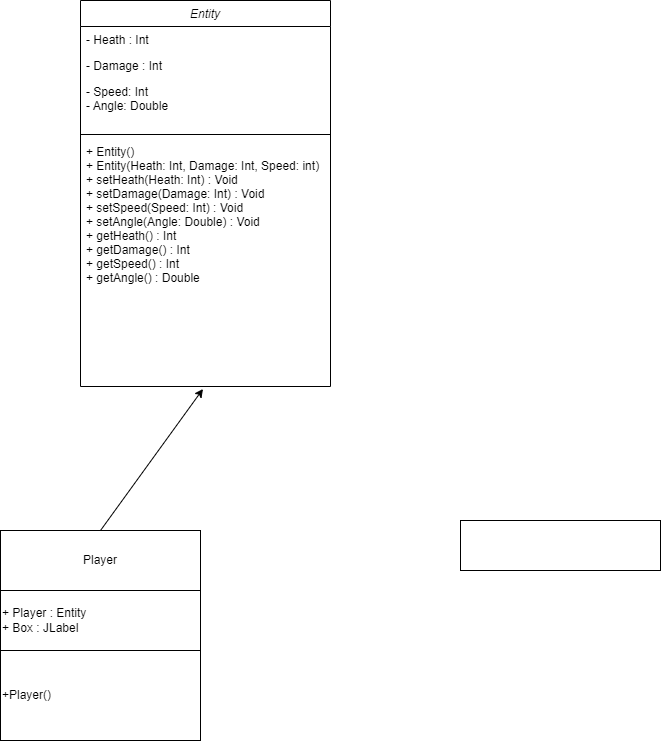
Earlier version of the draw.io export Guides/Class Diagram.drawio.png (Anh39/Bomberman). Source tidied: cells renumbered, new cells last; positions are measured from the earlier drawing's top-left corner, leaving out a move shared by most shapes.
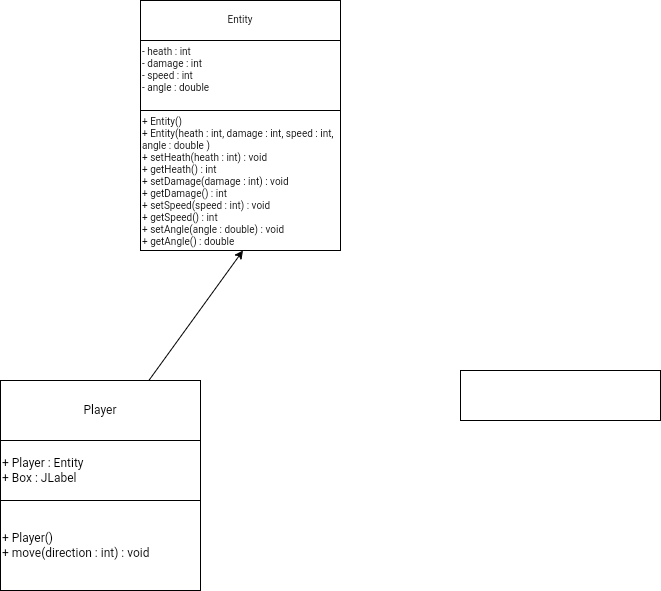
Later version of the same file.

Change to the diagram source:
```diff
@@ -2,27 +2,10 @@
   <root>
     <mxCell id="0" />
     <mxCell id="1" parent="0" />
-    <mxCell id="2" value="Entity" style="swimlane;fontStyle=2;align=center;verticalAlign=top;horizontal=1;startSize=26;rounded=0;shadow=0;strokeWidth=1;" parent="1" vertex="1">
-      <mxGeometry x="80" width="250" height="386" as="geometry" />
-    </mxCell>
-    <mxCell id="3" value="- Heath : Int" style="text;align=left;verticalAlign=top;spacingLeft=4;spacingRight=4;overflow=hidden;" parent="2" vertex="1">
-      <mxGeometry y="26" width="250" height="26" as="geometry" />
-    </mxCell>
-    <mxCell id="4" value="- Damage : Int" style="text;align=left;verticalAlign=top;spacingLeft=4;spacingRight=4;overflow=hidden;rounded=0;shadow=0;html=0;" parent="2" vertex="1">
-      <mxGeometry y="52" width="250" height="26" as="geometry" />
-    </mxCell>
-    <mxCell id="5" value="- Speed: Int&#10;- Angle: Double" style="text;align=left;verticalAlign=top;spacingLeft=4;spacingRight=4;overflow=hidden;rounded=0;shadow=0;html=0;" parent="2" vertex="1">
-      <mxGeometry y="78" width="250" height="52" as="geometry" />
-    </mxCell>
-    <mxCell id="6" style="line;html=1;strokeWidth=1;align=left;verticalAlign=middle;spacingTop=-1;spacingLeft=3;spacingRight=3;labelPosition=right;" parent="2" vertex="1">
-      <mxGeometry y="130" width="250" height="8" as="geometry" />
-    </mxCell>
-    <mxCell id="7" value="+ Entity()&#10;+ Entity(Heath: Int, Damage: Int, Speed: int)&#10;+ setHeath(Heath: Int) : Void&#10;+ setDamage(Damage: Int) : Void&#10;+ setSpeed(Speed: Int) : Void&#10;+ setAngle(Angle: Double) : Void&#10;+ getHeath() : Int&#10;+ getDamage() : Int&#10;+ getSpeed() : Int&#10;+ getAngle() : Double" style="text;align=left;verticalAlign=top;spacingLeft=4;spacingRight=4;overflow=hidden;points=[[0,0.5],[1,0.5]];portConstraint=eastwest;" parent="2" vertex="1">
-      <mxGeometry y="138" width="250" height="248" as="geometry" />
-    </mxCell>
-    <mxCell id="8" style="endArrow=classic;html=1;rounded=0;exitX=0.5;exitY=0;exitDx=0;exitDy=0;entryX=0.49;entryY=1.01;entryDx=0;entryDy=0;entryPerimeter=0;" parent="1" edge="1" target="7">
+    <mxCell id="8" style="endArrow=classic;html=1;rounded=0;exitX=0.5;exitY=0;exitDx=0;exitDy=0;entryX=0.49;entryY=1.01;entryDx=0;entryDy=0;entryPerimeter=0;" parent="1" edge="1">
       <mxGeometry relative="1" as="geometry">
-        <mxPoint x="100" y="530" as="sourcePoint" />
+        <mxPoint x="140" y="541.5" as="sourcePoint" />
+        <mxPoint x="242.5" y="400" as="targetPoint" />
       </mxGeometry>
     </mxCell>
     <mxCell id="9" style="rounded=0;whiteSpace=wrap;html=1;" parent="1" vertex="1">
@@ -37,8 +20,20 @@
     <mxCell id="12" style="rounded=0;whiteSpace=wrap;html=1;" parent="1" vertex="1">
       <mxGeometry x="460" y="520" width="200" height="50" as="geometry" />
     </mxCell>
-    <mxCell id="13" value="+Player()&lt;br&gt;" style="rounded=0;whiteSpace=wrap;html=1;align=left;" parent="1" vertex="1">
+    <mxCell id="13" value="+ Player()&lt;br&gt;+ move(direction : int) : void" style="rounded=0;whiteSpace=wrap;html=1;align=left;" parent="1" vertex="1">
       <mxGeometry y="650" width="200" height="90" as="geometry" />
     </mxCell>
+    <mxCell id="14" style="rounded=0;whiteSpace=wrap;html=1;fontSize=10;" parent="1" vertex="1">
+      <mxGeometry x="140" y="150" width="200" height="250" as="geometry" />
+    </mxCell>
+    <mxCell id="2" value="Entity" style="rounded=0;whiteSpace=wrap;html=1;fontSize=10;" parent="1" vertex="1">
+      <mxGeometry x="140" y="150" width="200" height="40" as="geometry" />
+    </mxCell>
+    <mxCell id="15" value="+ Entity()&lt;br&gt;+ Entity(heath : int, damage : int, speed : int, angle : double )&lt;br&gt;+ setHeath(heath : int) : void&lt;br&gt;+ getHeath() : int&lt;br&gt;+ setDamage(damage : int) : void&lt;br&gt;+ getDamage() : int&lt;br&gt;+ setSpeed(speed : int) : void&lt;br&gt;+ getSpeed() : int&lt;br&gt;+ setAngle(angle : double) : void&lt;br&gt;+ getAngle() : double&amp;nbsp;&lt;br&gt;&lt;div style=&quot;&quot;&gt;&lt;br&gt;&lt;/div&gt;" style="rounded=0;whiteSpace=wrap;html=1;fontSize=10;align=left;verticalAlign=top;" parent="1" vertex="1">
+      <mxGeometry x="140" y="260" width="200" height="140" as="geometry" />
+    </mxCell>
+    <mxCell id="16" value="- heath : int&lt;br&gt;- damage : int&lt;br&gt;- speed : int&lt;br&gt;&lt;div style=&quot;&quot;&gt;&lt;span style=&quot;background-color: initial;&quot;&gt;- angle : double&amp;nbsp;&lt;/span&gt;&lt;/div&gt;" style="rounded=0;whiteSpace=wrap;html=1;fontSize=10;align=left;verticalAlign=top;" parent="1" vertex="1">
+      <mxGeometry x="140" y="190" width="200" height="70" as="geometry" />
+    </mxCell>
   </root>
 </mxGraphModel>
```
